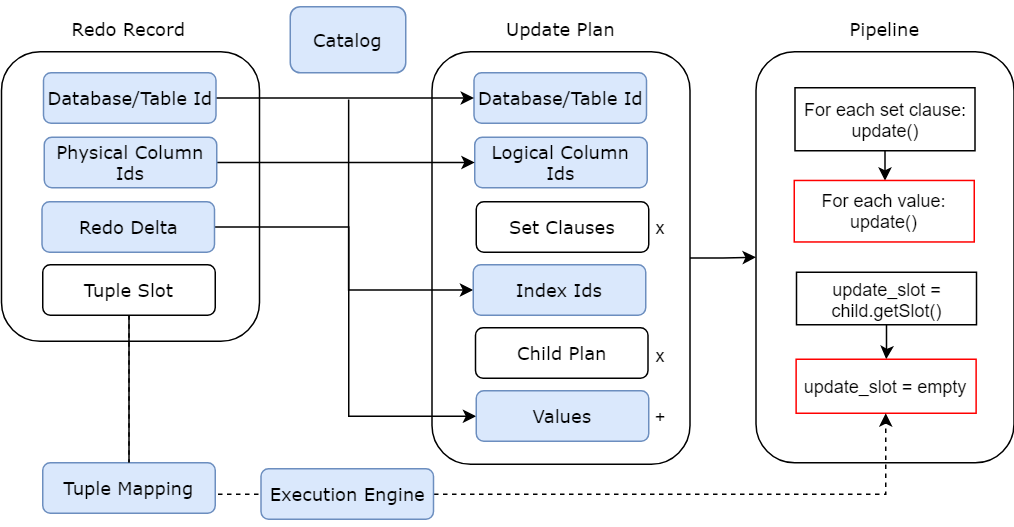
Above: images/UpdateConversion.png in tpan496/Thesis (draw.io), before the change. Source tidied: cells renumbered, new cells last; positions are measured from the earlier drawing's top-left corner, leaving out a move shared by most shapes. Its diagram source:
```xml
<mxGraphModel>
  <root>
    <mxCell id="0" />
    <mxCell id="1" parent="0" />
    <mxCell id="2" value="&lt;font face=&quot;Verdana&quot;&gt;&lt;br&gt;&lt;/font&gt;" style="rounded=1;whiteSpace=wrap;html=1;" parent="1" vertex="1">
      <mxGeometry x="0.5" y="30" width="172" height="193" as="geometry" />
    </mxCell>
    <mxCell id="3" style="edgeStyle=orthogonalEdgeStyle;rounded=0;jettySize=auto;html=1;exitX=1;exitY=0.5;exitDx=0;exitDy=0;" parent="1" edge="1" source="4" target="21">
      <mxGeometry relative="1" as="geometry" />
    </mxCell>
    <mxCell id="4" style="rounded=1;whiteSpace=wrap;html=1;" parent="1" vertex="1">
      <mxGeometry x="287.5" y="30" width="172" height="275" as="geometry" />
    </mxCell>
    <mxCell id="5" value="&lt;font face=&quot;Verdana&quot;&gt;Redo Record&lt;/font&gt;" style="text;html=1;strokeColor=none;fillColor=none;align=center;verticalAlign=middle;whiteSpace=wrap;rounded=0;" parent="1" vertex="1">
      <mxGeometry x="26.5" y="5" width="117" height="20" as="geometry" />
    </mxCell>
    <mxCell id="6" value="&lt;p&gt;&lt;font face=&quot;Verdana&quot;&gt;Update Plan&lt;/font&gt;&lt;/p&gt;" style="text;html=1;strokeColor=none;fillColor=none;align=center;verticalAlign=middle;whiteSpace=wrap;rounded=0;" parent="1" vertex="1">
      <mxGeometry x="315" y="5" width="117" height="20" as="geometry" />
    </mxCell>
    <mxCell id="7" value="&lt;font face=&quot;Verdana&quot;&gt;Database/Table Id&lt;/font&gt;" style="rounded=1;whiteSpace=wrap;html=1;fillColor=#dae8fc;strokeColor=#6c8ebf;" parent="1" vertex="1">
      <mxGeometry x="315.5" y="44" width="115" height="33.6" as="geometry" />
    </mxCell>
    <mxCell id="8" value="&lt;font face=&quot;Verdana&quot;&gt;Logical Column Ids&lt;/font&gt;" style="rounded=1;whiteSpace=wrap;html=1;fillColor=#dae8fc;strokeColor=#6c8ebf;" parent="1" vertex="1">
      <mxGeometry x="316" y="87" width="115" height="33.6" as="geometry" />
    </mxCell>
    <mxCell id="9" value="&lt;font face=&quot;Verdana&quot;&gt;Set Clauses&lt;/font&gt;" style="rounded=1;whiteSpace=wrap;html=1;" parent="1" vertex="1">
      <mxGeometry x="317" y="130" width="115" height="33.6" as="geometry" />
    </mxCell>
    <mxCell id="10" style="edgeStyle=orthogonalEdgeStyle;rounded=0;jettySize=auto;html=1;exitX=0;exitY=0.5;exitDx=0;exitDy=0;endArrow=none;endFill=0;startArrow=classic;startFill=1;" parent="1" edge="1" source="11">
      <mxGeometry relative="1" as="geometry">
        <mxPoint x="231.9" y="61.8" as="targetPoint" />
      </mxGeometry>
    </mxCell>
    <mxCell id="11" value="&lt;font face=&quot;Verdana&quot;&gt;Index Ids&lt;/font&gt;" style="rounded=1;whiteSpace=wrap;html=1;fillColor=#dae8fc;strokeColor=#6c8ebf;" parent="1" vertex="1">
      <mxGeometry x="315" y="172" width="115" height="33.6" as="geometry" />
    </mxCell>
    <mxCell id="12" style="edgeStyle=orthogonalEdgeStyle;rounded=0;jettySize=auto;html=1;exitX=1;exitY=0.5;exitDx=0;exitDy=0;endArrow=classic;endFill=1;" parent="1" edge="1" source="13" target="7">
      <mxGeometry relative="1" as="geometry" />
    </mxCell>
    <mxCell id="13" value="&lt;font face=&quot;Verdana&quot;&gt;Database/Table Id&lt;/font&gt;" style="rounded=1;whiteSpace=wrap;html=1;fillColor=#dae8fc;strokeColor=#6c8ebf;" parent="1" vertex="1">
      <mxGeometry x="28.5" y="44" width="115" height="33.6" as="geometry" />
    </mxCell>
    <mxCell id="14" style="edgeStyle=orthogonalEdgeStyle;rounded=0;jettySize=auto;html=1;exitX=1;exitY=0.5;exitDx=0;exitDy=0;endArrow=classic;endFill=1;" parent="1" edge="1" source="15" target="8">
      <mxGeometry relative="1" as="geometry" />
    </mxCell>
    <mxCell id="15" value="&lt;font face=&quot;Verdana&quot;&gt;Physical Column Ids&lt;/font&gt;" style="rounded=1;whiteSpace=wrap;html=1;fillColor=#dae8fc;strokeColor=#6c8ebf;" parent="1" vertex="1">
      <mxGeometry x="29" y="87" width="115" height="33.6" as="geometry" />
    </mxCell>
    <mxCell id="16" value="&lt;font face=&quot;Verdana&quot;&gt;Catalog&lt;/font&gt;" style="rounded=1;whiteSpace=wrap;html=1;fillColor=#dae8fc;strokeColor=#6c8ebf;" parent="1" vertex="1">
      <mxGeometry x="193" width="77" height="44" as="geometry" />
    </mxCell>
    <mxCell id="17" style="edgeStyle=orthogonalEdgeStyle;rounded=0;jettySize=auto;html=1;exitX=1;exitY=0.5;exitDx=0;exitDy=0;endArrow=classic;endFill=1;" parent="1" edge="1" source="18" target="24">
      <mxGeometry relative="1" as="geometry">
        <Array as="points">
          <mxPoint x="232" y="147" />
          <mxPoint x="232" y="273" />
        </Array>
      </mxGeometry>
    </mxCell>
    <mxCell id="18" value="&lt;font face=&quot;Verdana&quot;&gt;Redo Delta&lt;/font&gt;" style="rounded=1;whiteSpace=wrap;html=1;fillColor=#dae8fc;strokeColor=#6c8ebf;" parent="1" vertex="1">
      <mxGeometry x="27.5" y="130" width="115" height="33.6" as="geometry" />
    </mxCell>
    <mxCell id="19" style="edgeStyle=orthogonalEdgeStyle;rounded=0;jettySize=auto;html=1;exitX=0.5;exitY=1;exitDx=0;exitDy=0;endArrow=none;endFill=0;" parent="1" edge="1" source="20" target="36">
      <mxGeometry relative="1" as="geometry" />
    </mxCell>
    <mxCell id="20" value="&lt;font face=&quot;Verdana&quot;&gt;Tuple Slot&lt;/font&gt;" style="rounded=1;whiteSpace=wrap;html=1;" parent="1" vertex="1">
      <mxGeometry x="28" y="172" width="115" height="33.6" as="geometry" />
    </mxCell>
    <mxCell id="21" style="rounded=1;whiteSpace=wrap;html=1;" parent="1" vertex="1">
      <mxGeometry x="503.5" y="30" width="172" height="274" as="geometry" />
    </mxCell>
    <mxCell id="22" value="&lt;p&gt;&lt;font face=&quot;Verdana&quot;&gt;Pipeline&lt;/font&gt;&lt;/p&gt;" style="text;html=1;strokeColor=none;fillColor=none;align=center;verticalAlign=middle;whiteSpace=wrap;rounded=0;" parent="1" vertex="1">
      <mxGeometry x="531" y="5" width="117" height="20" as="geometry" />
    </mxCell>
    <mxCell id="23" value="&lt;font face=&quot;Verdana&quot;&gt;Child Plan&lt;/font&gt;" style="rounded=1;whiteSpace=wrap;html=1;" parent="1" vertex="1">
      <mxGeometry x="316.5" y="214" width="115" height="33.6" as="geometry" />
    </mxCell>
    <mxCell id="24" value="&lt;font face=&quot;Verdana&quot;&gt;Values&lt;/font&gt;" style="rounded=1;whiteSpace=wrap;html=1;fillColor=#dae8fc;strokeColor=#6c8ebf;" parent="1" vertex="1">
      <mxGeometry x="317" y="256" width="115" height="33.6" as="geometry" />
    </mxCell>
    <mxCell id="25" value="x" style="text;html=1;strokeColor=none;fillColor=none;align=center;verticalAlign=middle;whiteSpace=wrap;rounded=0;" parent="1" vertex="1">
      <mxGeometry x="419.5" y="222" width="40" height="20" as="geometry" />
    </mxCell>
    <mxCell id="26" value="x" style="text;html=1;strokeColor=none;fillColor=none;align=center;verticalAlign=middle;whiteSpace=wrap;rounded=0;" parent="1" vertex="1">
      <mxGeometry x="419.5" y="136.8" width="40" height="20" as="geometry" />
    </mxCell>
    <mxCell id="27" style="edgeStyle=orthogonalEdgeStyle;rounded=0;jettySize=auto;html=1;exitX=0.5;exitY=1;exitDx=0;exitDy=0;" parent="1" edge="1" source="28" target="29">
      <mxGeometry relative="1" as="geometry" />
    </mxCell>
    <mxCell id="28" value="For each set clause:&lt;br&gt;update()" style="rounded=0;whiteSpace=wrap;html=1;fillColor=none;" parent="1" vertex="1">
      <mxGeometry x="529.5" y="54" width="120" height="42" as="geometry" />
    </mxCell>
    <mxCell id="29" value="For each value:&lt;br&gt;update()" style="rounded=0;whiteSpace=wrap;html=1;fillColor=none;strokeColor=#FF0000;" parent="1" vertex="1">
      <mxGeometry x="529" y="115.8" width="120" height="41" as="geometry" />
    </mxCell>
    <mxCell id="30" style="edgeStyle=orthogonalEdgeStyle;rounded=0;jettySize=auto;html=1;exitX=0.5;exitY=1;exitDx=0;exitDy=0;" parent="1" edge="1" source="31" target="32">
      <mxGeometry relative="1" as="geometry" />
    </mxCell>
    <mxCell id="31" value="update_slot = child.getSlot()" style="rounded=0;whiteSpace=wrap;html=1;fillColor=none;" parent="1" vertex="1">
      <mxGeometry x="530.5" y="177" width="120" height="35" as="geometry" />
    </mxCell>
    <mxCell id="32" value="update_slot = empty" style="rounded=0;whiteSpace=wrap;html=1;fillColor=none;strokeColor=#FF0000;" parent="1" vertex="1">
      <mxGeometry x="530.2" y="235" width="120" height="36" as="geometry" />
    </mxCell>
    <mxCell id="33" style="edgeStyle=orthogonalEdgeStyle;rounded=0;jettySize=auto;html=1;exitX=0.5;exitY=1;exitDx=0;exitDy=0;dashed=1;startArrow=none;" parent="1" edge="1" source="36" target="32">
      <mxGeometry relative="1" as="geometry">
        <Array as="points">
          <mxPoint x="86" y="325" />
          <mxPoint x="590" y="325" />
        </Array>
      </mxGeometry>
    </mxCell>
    <mxCell id="34" value="&lt;font face=&quot;Verdana&quot;&gt;Execution Engine&lt;/font&gt;" style="rounded=1;whiteSpace=wrap;html=1;fillColor=#dae8fc;strokeColor=#6c8ebf;" parent="1" vertex="1">
      <mxGeometry x="173.5" y="308" width="115" height="33.6" as="geometry" />
    </mxCell>
    <mxCell id="35" value="+" style="text;html=1;strokeColor=none;fillColor=none;align=center;verticalAlign=middle;whiteSpace=wrap;rounded=0;" parent="1" vertex="1">
      <mxGeometry x="419.5" y="262.8" width="40" height="20" as="geometry" />
    </mxCell>
    <mxCell id="36" value="&lt;font face=&quot;Verdana&quot;&gt;Tuple Mapping&lt;/font&gt;" style="rounded=1;whiteSpace=wrap;html=1;fillColor=#dae8fc;strokeColor=#6c8ebf;" parent="1" vertex="1">
      <mxGeometry x="28" y="304" width="115" height="33.6" as="geometry" />
    </mxCell>
    <mxCell id="37" style="edgeStyle=orthogonalEdgeStyle;rounded=0;jettySize=auto;html=1;exitX=0.5;exitY=1;exitDx=0;exitDy=0;dashed=1;endArrow=none;" parent="1" edge="1" source="20" target="36">
      <mxGeometry relative="1" as="geometry" />
    </mxCell>
  </root>
</mxGraphModel>
```
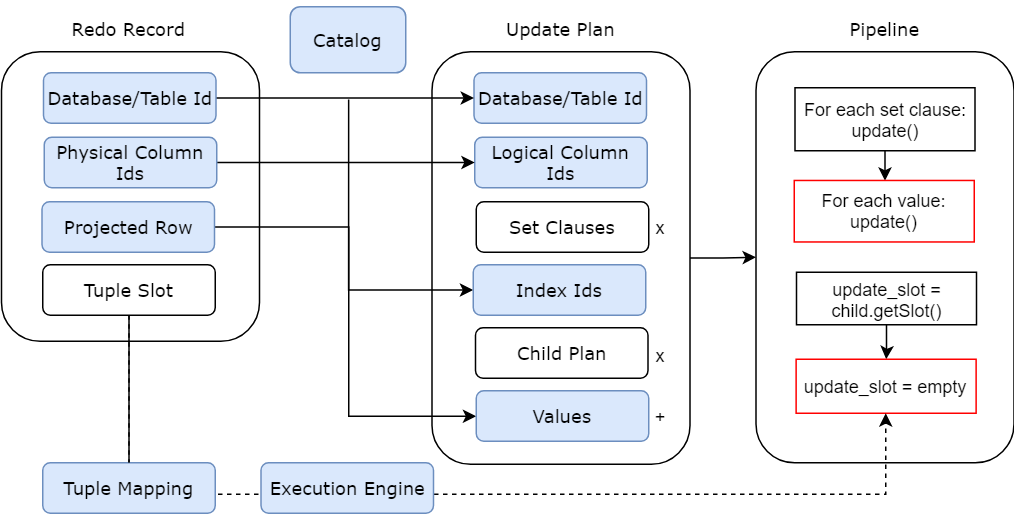
The same diagram one commit later.

Change to the diagram source:
```diff
@@ -57,7 +57,7 @@
         </Array>
       </mxGeometry>
     </mxCell>
-    <mxCell id="18" value="&lt;font face=&quot;Verdana&quot;&gt;Redo Delta&lt;/font&gt;" style="rounded=1;whiteSpace=wrap;html=1;fillColor=#dae8fc;strokeColor=#6c8ebf;" parent="1" vertex="1">
+    <mxCell id="18" value="&lt;font face=&quot;Verdana&quot;&gt;Projected Row&lt;/font&gt;" style="rounded=1;whiteSpace=wrap;html=1;fillColor=#dae8fc;strokeColor=#6c8ebf;" parent="1" vertex="1">
       <mxGeometry x="27.5" y="130" width="115" height="33.6" as="geometry" />
     </mxCell>
     <mxCell id="19" style="edgeStyle=orthogonalEdgeStyle;rounded=0;jettySize=auto;html=1;exitX=0.5;exitY=1;exitDx=0;exitDy=0;endArrow=none;endFill=0;" parent="1" edge="1" source="20" target="36">
@@ -111,7 +111,7 @@
       </mxGeometry>
     </mxCell>
     <mxCell id="34" value="&lt;font face=&quot;Verdana&quot;&gt;Execution Engine&lt;/font&gt;" style="rounded=1;whiteSpace=wrap;html=1;fillColor=#dae8fc;strokeColor=#6c8ebf;" parent="1" vertex="1">
-      <mxGeometry x="173.5" y="308" width="115" height="33.6" as="geometry" />
+      <mxGeometry x="173.5" y="304" width="115" height="33.6" as="geometry" />
     </mxCell>
     <mxCell id="35" value="+" style="text;html=1;strokeColor=none;fillColor=none;align=center;verticalAlign=middle;whiteSpace=wrap;rounded=0;" parent="1" vertex="1">
       <mxGeometry x="419.5" y="262.8" width="40" height="20" as="geometry" />
```
